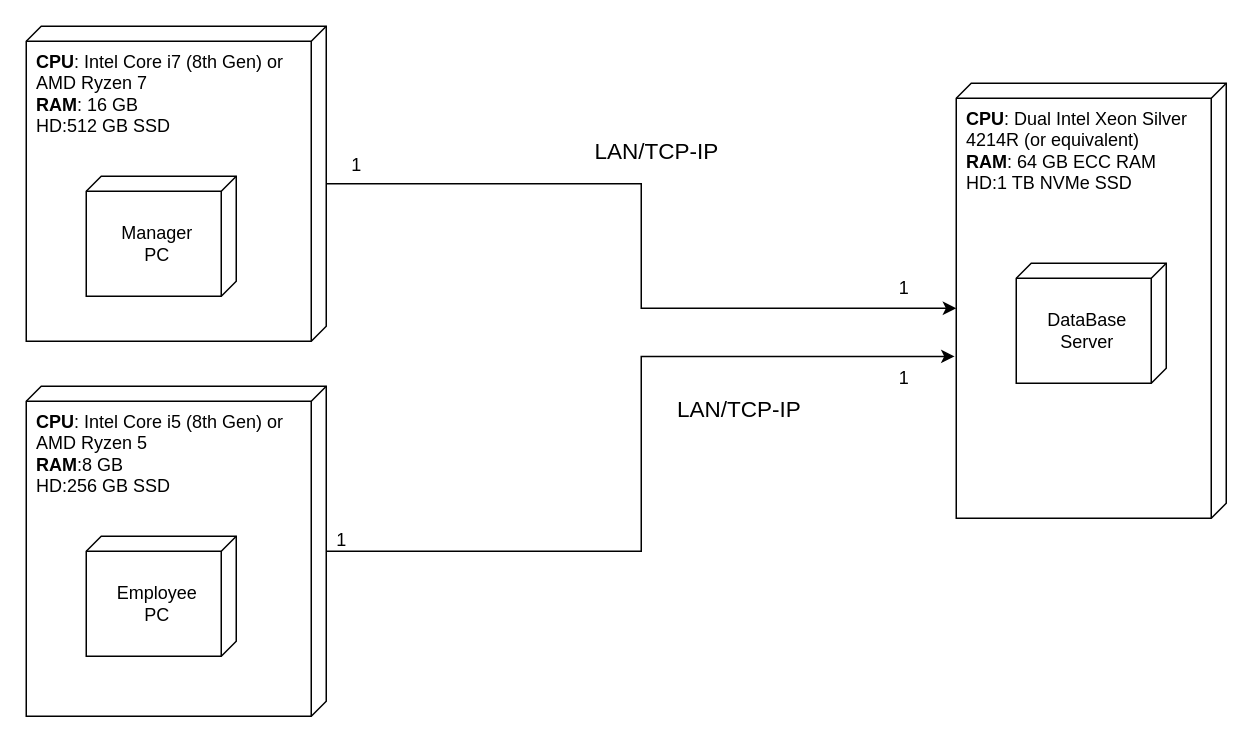
Above: DeployementDiagram.drawio in MohammadJarrar1201726/SoftwareDiagrams (draw.io), before the change. Source tidied: cells renumbered, new cells numbered last; positions are measured from the earlier drawing's top-left corner, leaving out a move shared by most shapes. Both pictures are drawn from the tidied source at 150%, with x=0, y=0 at pixel (26, 26).
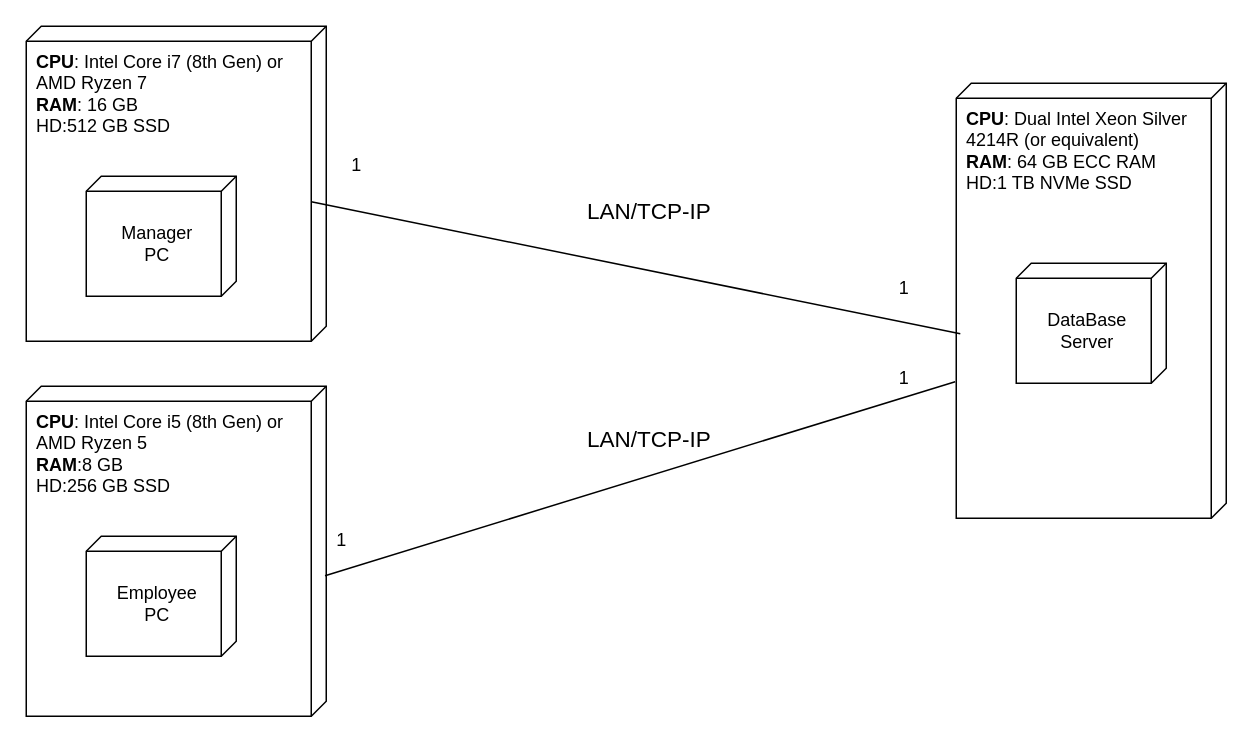
After the change.

The edit, as a diff of the source:
```diff
@@
 <mxGraphModel>
   <root>
     <mxCell id="0" />
     <mxCell id="1" parent="0" />
     <mxCell id="2" value="&lt;strong&gt;CPU&lt;/strong&gt;:&amp;nbsp;Intel Core i7 (8th Gen) or AMD Ryzen 7&lt;br&gt;&lt;div&gt;&lt;strong style=&quot;background-color: initial;&quot;&gt;RAM&lt;/strong&gt;&lt;span style=&quot;background-color: initial;&quot;&gt;:&amp;nbsp;&lt;/span&gt;&lt;span style=&quot;background-color: initial;&quot;&gt;16 GB&lt;/span&gt;&lt;/div&gt;&lt;div&gt;&lt;div&gt;&lt;div&gt;HD:512 GB SSD&lt;/div&gt;&lt;div&gt;&lt;br&gt;&lt;/div&gt;&lt;/div&gt;&lt;/div&gt;" style="verticalAlign=top;align=left;shape=cube;size=10;direction=south;fontStyle=0;html=1;boundedLbl=1;spacingLeft=5;whiteSpace=wrap;" parent="1" vertex="1">
       <mxGeometry width="200" height="210" as="geometry" />
     </mxCell>
     <mxCell id="3" value="&lt;div&gt;&lt;br&gt;&lt;/div&gt;Manager&lt;br&gt;PC" style="verticalAlign=top;align=center;shape=cube;size=10;direction=south;html=1;boundedLbl=1;spacingLeft=5;whiteSpace=wrap;" parent="2" vertex="1">
       <mxGeometry width="100" height="80" relative="1" as="geometry">
         <mxPoint x="40" y="100" as="offset" />
       </mxGeometry>
     </mxCell>
     <mxCell id="4" value="&lt;strong&gt;CPU&lt;/strong&gt;: Dual Intel Xeon Silver 4214R (or equivalent)&lt;br&gt;&lt;strong&gt;RAM&lt;/strong&gt;: 64 GB ECC RAM&lt;br&gt;HD:1 TB NVMe SSD&amp;nbsp;" style="verticalAlign=top;align=left;shape=cube;size=10;direction=south;fontStyle=0;html=1;boundedLbl=1;spacingLeft=5;whiteSpace=wrap;" parent="1" vertex="1">
       <mxGeometry x="620" y="38" width="180" height="290" as="geometry" />
     </mxCell>
     <mxCell id="5" value="&lt;br&gt;DataBase&lt;br&gt;Server" style="verticalAlign=top;align=center;shape=cube;size=10;direction=south;html=1;boundedLbl=1;spacingLeft=5;whiteSpace=wrap;" parent="4" vertex="1">
       <mxGeometry width="100" height="80" relative="1" as="geometry">
         <mxPoint x="40" y="120" as="offset" />
       </mxGeometry>
     </mxCell>
     <mxCell id="6" value="&lt;strong&gt;CPU&lt;/strong&gt;:&amp;nbsp;Intel Core i5 (8th Gen) or AMD Ryzen 5&lt;br&gt;&lt;strong&gt;RAM&lt;/strong&gt;:8 GB&lt;br&gt;HD:256 GB SSD" style="verticalAlign=top;align=left;shape=cube;size=10;direction=south;fontStyle=0;html=1;boundedLbl=1;spacingLeft=5;whiteSpace=wrap;" parent="1" vertex="1">
       <mxGeometry y="240" width="200" height="220" as="geometry" />
     </mxCell>
     <mxCell id="7" value="&lt;br&gt;Employee&lt;br&gt;PC" style="verticalAlign=top;align=center;shape=cube;size=10;direction=south;html=1;boundedLbl=1;spacingLeft=5;whiteSpace=wrap;" parent="6" vertex="1">
       <mxGeometry width="100" height="80" relative="1" as="geometry">
         <mxPoint x="40" y="100" as="offset" />
       </mxGeometry>
     </mxCell>
-    <mxCell id="8" style="edgeStyle=orthogonalEdgeStyle;rounded=0;jettySize=auto;html=1;entryX=0;entryY=0;entryDx=150;entryDy=180;entryPerimeter=0;" parent="1" edge="1" source="2" target="4">
-      <mxGeometry relative="1" as="geometry" />
-    </mxCell>
-    <mxCell id="9" style="edgeStyle=orthogonalEdgeStyle;rounded=0;jettySize=auto;html=1;entryX=0.628;entryY=1.006;entryDx=0;entryDy=0;entryPerimeter=0;" parent="1" edge="1" source="6" target="4">
-      <mxGeometry relative="1" as="geometry" />
-    </mxCell>
     <mxCell id="10" value="1" style="text;html=1;align=center;verticalAlign=middle;strokeColor=none;fillColor=none;" parent="1" vertex="1">
       <mxGeometry x="205" y="78" width="30" height="30" as="geometry" />
     </mxCell>
     <mxCell id="11" value="1" style="text;html=1;align=center;verticalAlign=middle;strokeColor=none;fillColor=none;" parent="1" vertex="1">
       <mxGeometry x="195" y="328" width="30" height="30" as="geometry" />
     </mxCell>
     <mxCell id="12" value="1" style="text;html=1;align=center;verticalAlign=middle;strokeColor=none;fillColor=none;" parent="1" vertex="1">
       <mxGeometry x="570" y="160" width="30" height="30" as="geometry" />
     </mxCell>
     <mxCell id="13" value="1" style="text;html=1;align=center;verticalAlign=middle;strokeColor=none;fillColor=none;" parent="1" vertex="1">
       <mxGeometry x="570" y="220" width="30" height="30" as="geometry" />
     </mxCell>
     <mxCell id="14" value="LAN/TCP-IP" style="text;html=1;align=center;verticalAlign=middle;strokeColor=none;fillColor=none;fontSize=15;" parent="1" vertex="1">
-      <mxGeometry x="375" y="68" width="90" height="30" as="geometry" />
+      <mxGeometry x="370" y="108" width="90" height="30" as="geometry" />
     </mxCell>
     <mxCell id="15" value="LAN/TCP-IP" style="text;html=1;align=center;verticalAlign=middle;strokeColor=none;fillColor=none;fontSize=15;" parent="1" vertex="1">
-      <mxGeometry x="430" y="240" width="90" height="30" as="geometry" />
+      <mxGeometry x="370" y="260" width="90" height="30" as="geometry" />
     </mxCell>
+    <mxCell id="16" style="endArrow=none;html=1;rounded=0;entryX=0.576;entryY=0.985;entryDx=0;entryDy=0;entryPerimeter=0;" parent="1" edge="1" target="4">
+      <mxGeometry relative="1" as="geometry">
+        <mxPoint x="190" y="117" as="sourcePoint" />
+      </mxGeometry>
+    </mxCell>
+    <mxCell id="9" style="endArrow=none;html=1;rounded=0;entryX=0.686;entryY=1.004;entryDx=0;entryDy=0;entryPerimeter=0;exitX=0.574;exitY=0.004;exitDx=0;exitDy=0;exitPerimeter=0;" parent="1" edge="1" source="6" target="4">
+      <mxGeometry relative="1" as="geometry" />
+    </mxCell>
   </root>
 </mxGraphModel>
```
